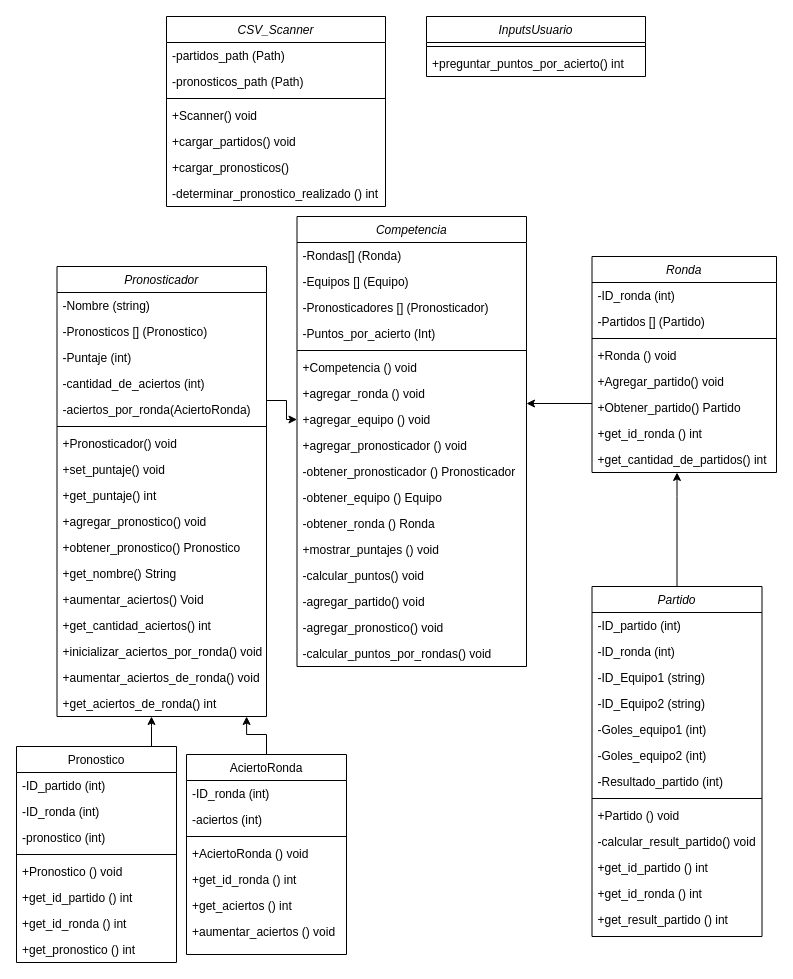
This is doc/UML_Pronosticador_Deportivo.drawio from gmenendez0/Pronosticador_Deportivo, a draw.io file, before an edit. Source tidied: cells renumbered, new cells numbered last; positions are measured from the earlier drawing's top-left corner, leaving out a move shared by most shapes. Both pictures are drawn from the tidied source at 100%, with x=0, y=0 at pixel (16, 16).
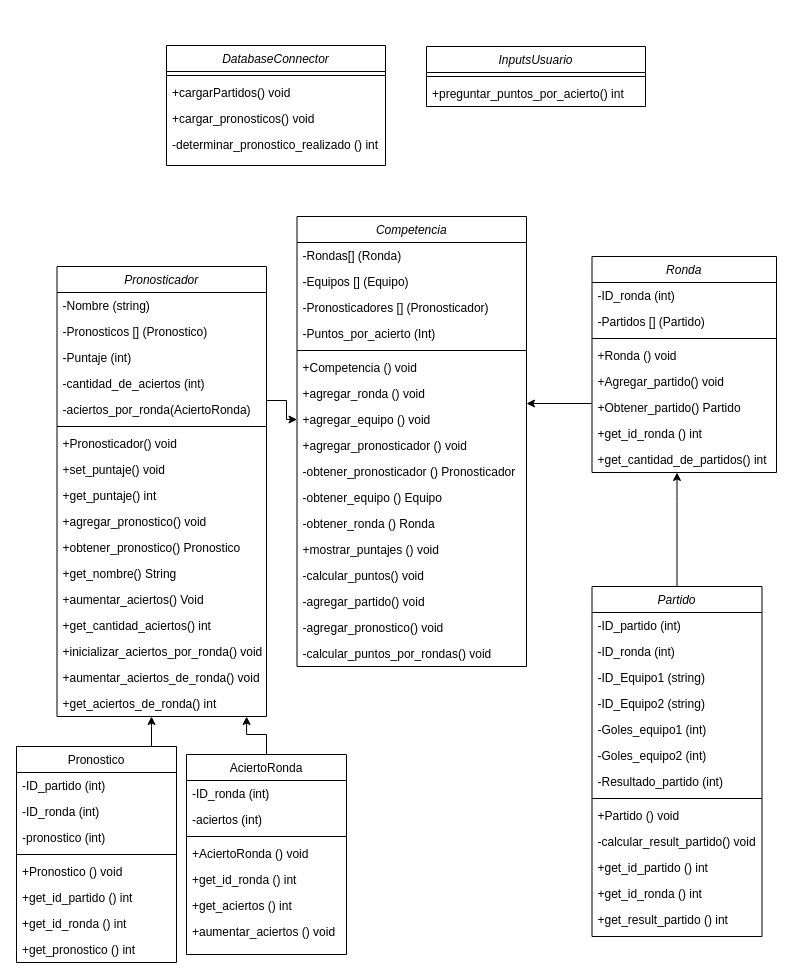
Above is the later version.

What changed in the source:
```diff
@@
-    <mxCell id="74" value="CSV_Scanner" style="swimlane;fontStyle=2;align=center;verticalAlign=top;horizontal=1;startSize=26;rounded=0;shadow=0;strokeWidth=1;" parent="1" vertex="1">
-      <mxGeometry x="150" width="219" height="190" as="geometry" />
+    <mxCell id="74" value="DatabaseConnector" style="swimlane;fontStyle=2;align=center;verticalAlign=top;horizontal=1;startSize=26;rounded=0;shadow=0;strokeWidth=1;" parent="1" vertex="1">
+      <mxGeometry x="150" y="29" width="219" height="120" as="geometry" />
     </mxCell>
-    <mxCell id="75" value="-partidos_path (Path)" style="text;align=left;verticalAlign=top;spacingLeft=4;spacingRight=4;overflow=hidden;" parent="74" vertex="1">
-      <mxGeometry y="26" width="219" height="26" as="geometry" />
-    </mxCell>
-    <mxCell id="76" value="-pronosticos_path (Path)" style="text;align=left;verticalAlign=top;spacingLeft=4;spacingRight=4;overflow=hidden;rounded=0;shadow=0;html=0;" parent="74" vertex="1">
-      <mxGeometry y="52" width="219" height="26" as="geometry" />
-    </mxCell>
     <mxCell id="77" style="line;html=1;strokeWidth=1;align=left;verticalAlign=middle;spacingTop=-1;spacingLeft=3;spacingRight=3;labelPosition=right;" parent="74" vertex="1">
-      <mxGeometry y="78" width="219" height="8" as="geometry" />
+      <mxGeometry y="26" width="219" height="8" as="geometry" />
     </mxCell>
-    <mxCell id="78" value="+Scanner() void" style="text;align=left;verticalAlign=top;spacingLeft=4;spacingRight=4;overflow=hidden;rounded=0;shadow=0;html=0;" parent="74" vertex="1">
-      <mxGeometry y="86" width="219" height="26" as="geometry" />
+    <mxCell id="78" value="+cargarPartidos() void" style="text;align=left;verticalAlign=top;spacingLeft=4;spacingRight=4;overflow=hidden;rounded=0;shadow=0;html=0;" parent="74" vertex="1">
+      <mxGeometry y="34" width="219" height="26" as="geometry" />
     </mxCell>
-    <mxCell id="79" value="+cargar_partidos() void" style="text;align=left;verticalAlign=top;spacingLeft=4;spacingRight=4;overflow=hidden;rounded=0;shadow=0;html=0;" parent="74" vertex="1">
-      <mxGeometry y="112" width="219" height="26" as="geometry" />
-    </mxCell>
-    <mxCell id="80" value="+cargar_pronosticos() " style="text;align=left;verticalAlign=top;spacingLeft=4;spacingRight=4;overflow=hidden;rounded=0;shadow=0;html=0;" parent="74" vertex="1">
-      <mxGeometry y="138" width="219" height="26" as="geometry" />
+    <mxCell id="80" value="+cargar_pronosticos() void" style="text;align=left;verticalAlign=top;spacingLeft=4;spacingRight=4;overflow=hidden;rounded=0;shadow=0;html=0;" parent="74" vertex="1">
+      <mxGeometry y="60" width="219" height="26" as="geometry" />
     </mxCell>
     <mxCell id="81" value="-determinar_pronostico_realizado () int" style="text;align=left;verticalAlign=top;spacingLeft=4;spacingRight=4;overflow=hidden;rounded=0;shadow=0;html=0;" parent="74" vertex="1">
-      <mxGeometry y="164" width="219" height="26" as="geometry" />
+      <mxGeometry y="86" width="219" height="26" as="geometry" />
     </mxCell>
     <mxCell id="82" value="InputsUsuario" style="swimlane;fontStyle=2;align=center;verticalAlign=top;horizontal=1;startSize=26;rounded=0;shadow=0;strokeWidth=1;" parent="1" vertex="1">
-      <mxGeometry x="410" width="219" height="60" as="geometry" />
+      <mxGeometry x="410" y="30" width="219" height="60" as="geometry" />
     </mxCell>
```
